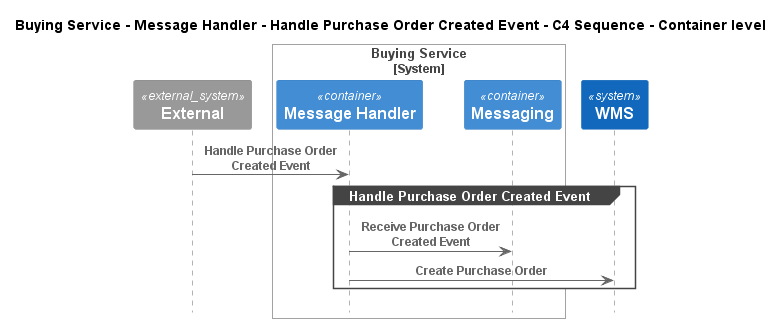
C4InterFlow/architecture-as-code-samples keeps this PlantUML diagram as e-commerce-platform/Software Systems/Buying Service/Containers/Message Handler/Interfaces/Handle Purchase Order Created Event/Container - C4 Sequence.png. Above is the earlier version.
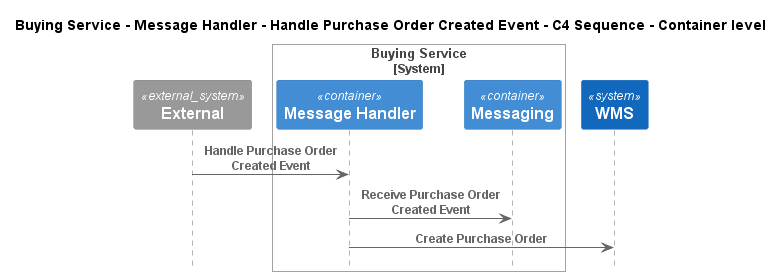
Later version of the same file.

What changed in the source:
```diff
@@ -13,10 +13,8 @@
 System(ECommercePlatform.SoftwareSystems.WMS, "WMS", "")
 
 Rel(C4InterFlow.SoftwareSystems.ExternalSystem, ECommercePlatform.SoftwareSystems.BuyingService.Containers.MessageHandler, "Handle Purchase Order Created Event")
-group Handle Purchase Order Created Event
 Rel(ECommercePlatform.SoftwareSystems.BuyingService.Containers.MessageHandler, ECommercePlatform.SoftwareSystems.BuyingService.Containers.Messaging, "Receive Purchase Order Created Event")
 Rel(ECommercePlatform.SoftwareSystems.BuyingService.Containers.MessageHandler, ECommercePlatform.SoftwareSystems.WMS, "Create Purchase Order")
-end
 
 
 @enduml
```
